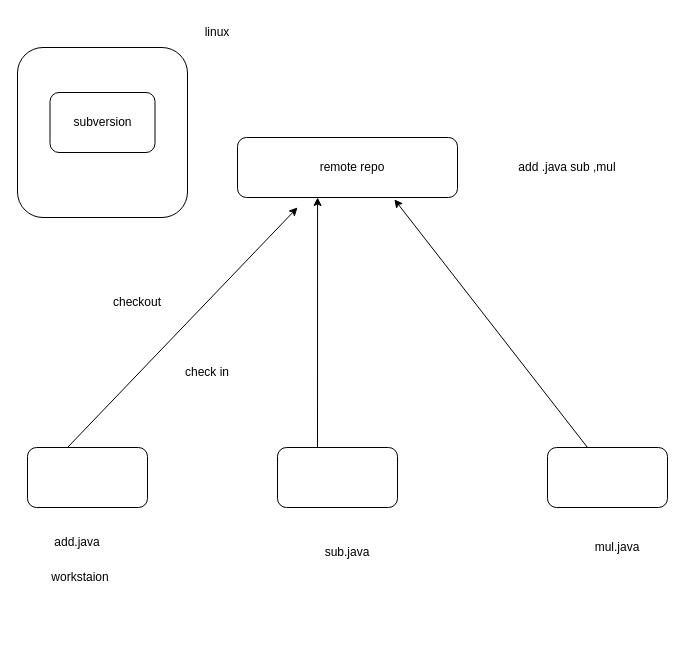
Earlier version of the draw.io diagram version control tool.drawio (nishankainfotech/devops-CETBIZ). Source tidied: cells renumbered, new cells numbered last; positions are measured from the earlier drawing's top-left corner, leaving out a move shared by most shapes. Both pictures are drawn from the tidied source at 100%, with x=0, y=0 at pixel (17, 17).
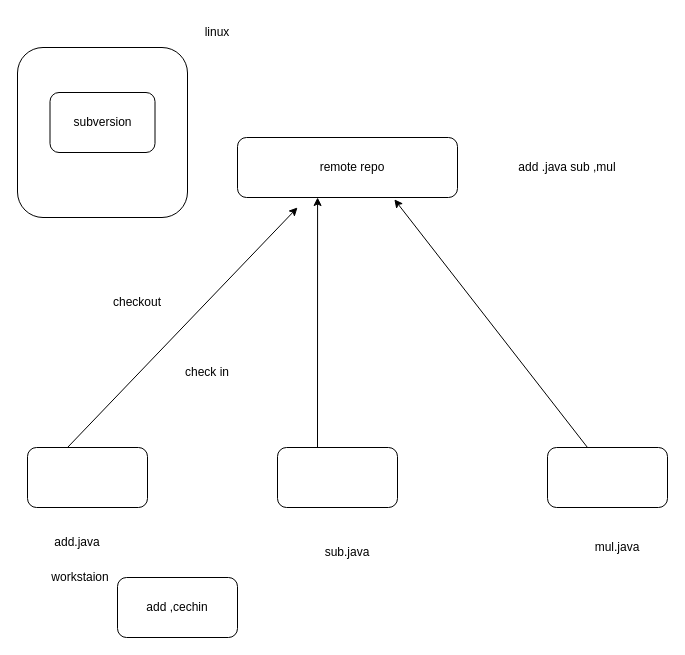
After the change.

Change to the diagram source:
```diff
@@
+    <mxCell id="20" value="add ,cechin" style="rounded=1;whiteSpace=wrap;html=1;" parent="1" vertex="1">
+      <mxGeometry x="100" y="560" width="120" height="60" as="geometry" />
+    </mxCell>
```
